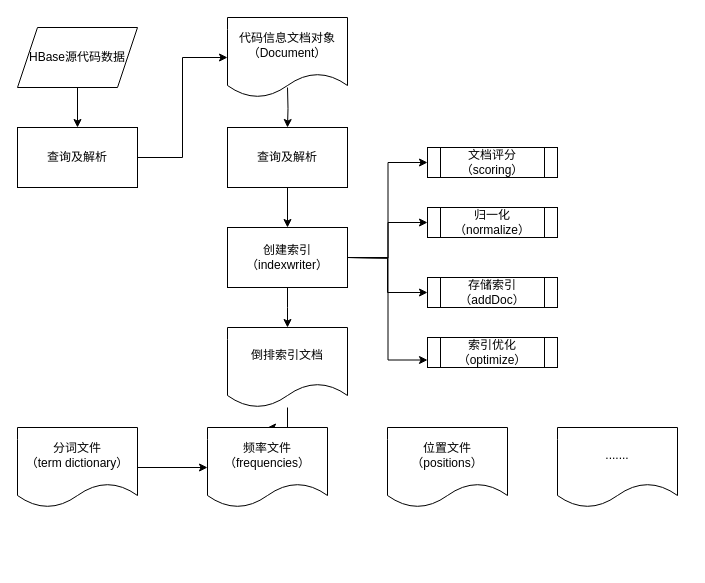
Earlier version of the draw.io diagram setup/ES建立关键字索引示意图.drawio (yifeichong/drawio). Source tidied: cells renumbered, new cells numbered last; positions are measured from the earlier drawing's top-left corner, leaving out a move shared by most shapes. Both pictures are drawn from the tidied source at 100%, with x=0, y=0 at pixel (17, 17).
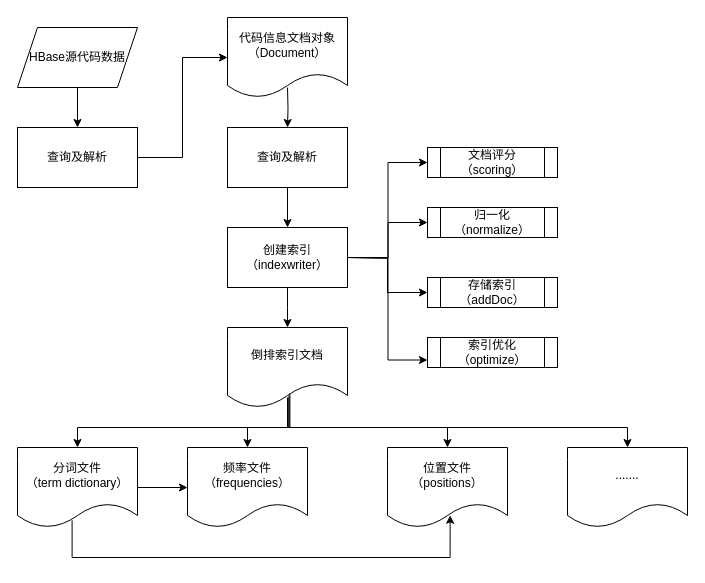
The same page after the edit.

Commit message (it also covers changes not shown here):
更新ES建立关键字索引示意图.drawio

The change refers to these unchanged cells:
```xml
<mxCell id="21" value="倒排索引文档" style="shape=document;whiteSpace=wrap;html=1;boundedLbl=1;" parent="1" vertex="1">
  <mxGeometry x="210" y="310" width="120" height="80" as="geometry" />
</mxCell>
```

What changed in the source:
```diff
@@
-    <mxCell id="20" style="edgeStyle=orthogonalEdgeStyle;rounded=0;jettySize=auto;html=1;" parent="1" edge="1" source="21" target="24">
+    <mxCell id="20" style="edgeStyle=orthogonalEdgeStyle;rounded=0;jettySize=auto;html=1;exitX=0.512;exitY=0.85;exitDx=0;exitDy=0;exitPerimeter=0;" parent="1" edge="1" source="21" target="24">
       <mxGeometry relative="1" as="geometry" />
     </mxCell>
@@
     <mxCell id="23" value="分词文件&lt;br&gt;（term dictionary）" style="shape=document;whiteSpace=wrap;html=1;boundedLbl=1;" parent="1" vertex="1">
-      <mxGeometry y="410" width="120" height="80" as="geometry" />
+      <mxGeometry y="430" width="120" height="80" as="geometry" />
     </mxCell>
     <mxCell id="24" value="频率文件&lt;br&gt;（frequencies）" style="shape=document;whiteSpace=wrap;html=1;boundedLbl=1;" parent="1" vertex="1">
-      <mxGeometry x="190" y="410" width="120" height="80" as="geometry" />
+      <mxGeometry x="170" y="430" width="120" height="80" as="geometry" />
     </mxCell>
     <mxCell id="25" value="位置文件&lt;br&gt;（positions）" style="shape=document;whiteSpace=wrap;html=1;boundedLbl=1;" parent="1" vertex="1">
-      <mxGeometry x="370" y="410" width="120" height="80" as="geometry" />
+      <mxGeometry x="370" y="430" width="120" height="80" as="geometry" />
     </mxCell>
     <mxCell id="26" value="......." style="shape=document;whiteSpace=wrap;html=1;boundedLbl=1;" parent="1" vertex="1">
-      <mxGeometry x="540" y="410" width="120" height="80" as="geometry" />
+      <mxGeometry x="550" y="430" width="120" height="80" as="geometry" />
     </mxCell>
+    <mxCell id="27" style="endArrow=classic;html=1;rounded=0;exitX=0.512;exitY=0.875;exitDx=0;exitDy=0;exitPerimeter=0;entryX=0.5;entryY=0;entryDx=0;entryDy=0;edgeStyle=orthogonalEdgeStyle;" parent="1" edge="1" source="21" target="23">
+      <mxGeometry relative="1" as="geometry">
+        <Array as="points">
+          <mxPoint x="271" y="410" />
+          <mxPoint x="60" y="410" />
+        </Array>
+      </mxGeometry>
+    </mxCell>
+    <mxCell id="28" style="endArrow=classic;html=1;rounded=0;exitX=0.52;exitY=0.825;exitDx=0;exitDy=0;exitPerimeter=0;entryX=0.5;entryY=0;entryDx=0;entryDy=0;edgeStyle=orthogonalEdgeStyle;" parent="1" edge="1" source="21" target="25">
+      <mxGeometry relative="1" as="geometry">
+        <Array as="points">
+          <mxPoint x="272" y="410" />
+          <mxPoint x="430" y="410" />
+        </Array>
+      </mxGeometry>
+    </mxCell>
+    <mxCell id="29" style="endArrow=classic;html=1;rounded=0;entryX=0.5;entryY=0;entryDx=0;entryDy=0;edgeStyle=orthogonalEdgeStyle;" parent="1" edge="1" target="26">
+      <mxGeometry relative="1" as="geometry">
+        <mxPoint x="270" y="380" as="sourcePoint" />
+        <Array as="points">
+          <mxPoint x="270" y="410" />
+          <mxPoint x="610" y="410" />
+        </Array>
+      </mxGeometry>
+    </mxCell>
+    <mxCell id="30" style="endArrow=classic;html=1;rounded=0;exitX=0.455;exitY=0.91;exitDx=0;exitDy=0;exitPerimeter=0;entryX=0.522;entryY=0.847;entryDx=0;entryDy=0;entryPerimeter=0;edgeStyle=orthogonalEdgeStyle;" parent="1" edge="1" source="23" target="25">
+      <mxGeometry relative="1" as="geometry">
+        <Array as="points">
+          <mxPoint x="55" y="540" />
+          <mxPoint x="433" y="540" />
+        </Array>
+      </mxGeometry>
+    </mxCell>
```
